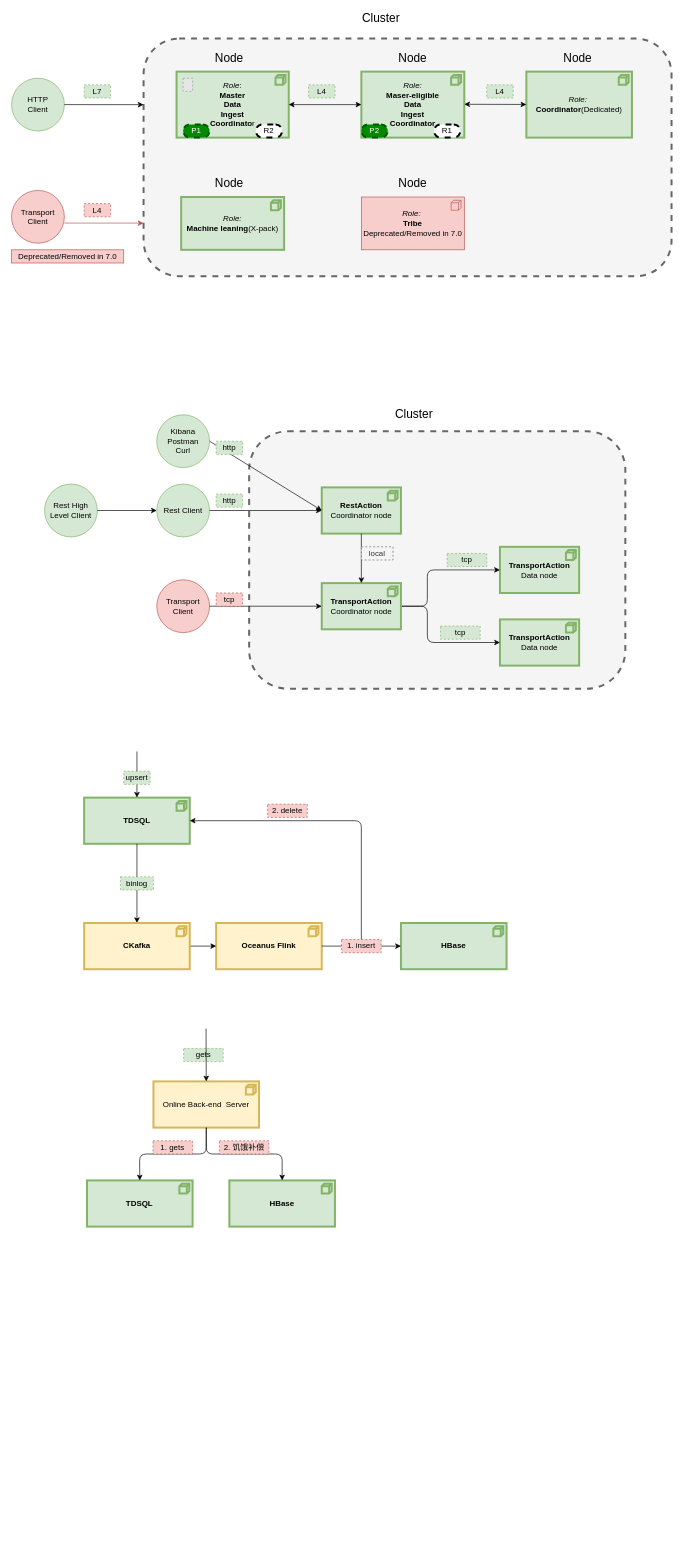
weizheng1990s/Diagram keeps this draw.io diagram as ES1.drawio. Above is the earlier version. Source tidied: cells renumbered, new cells numbered last; positions are measured from the earlier drawing's top-left corner, leaving out a move shared by most shapes. Both pictures are drawn from the tidied source at 66%, with x=0, y=0 at pixel (11, 12). Pictures stored in the file or linked from it are replaced by grey dashed boxes.
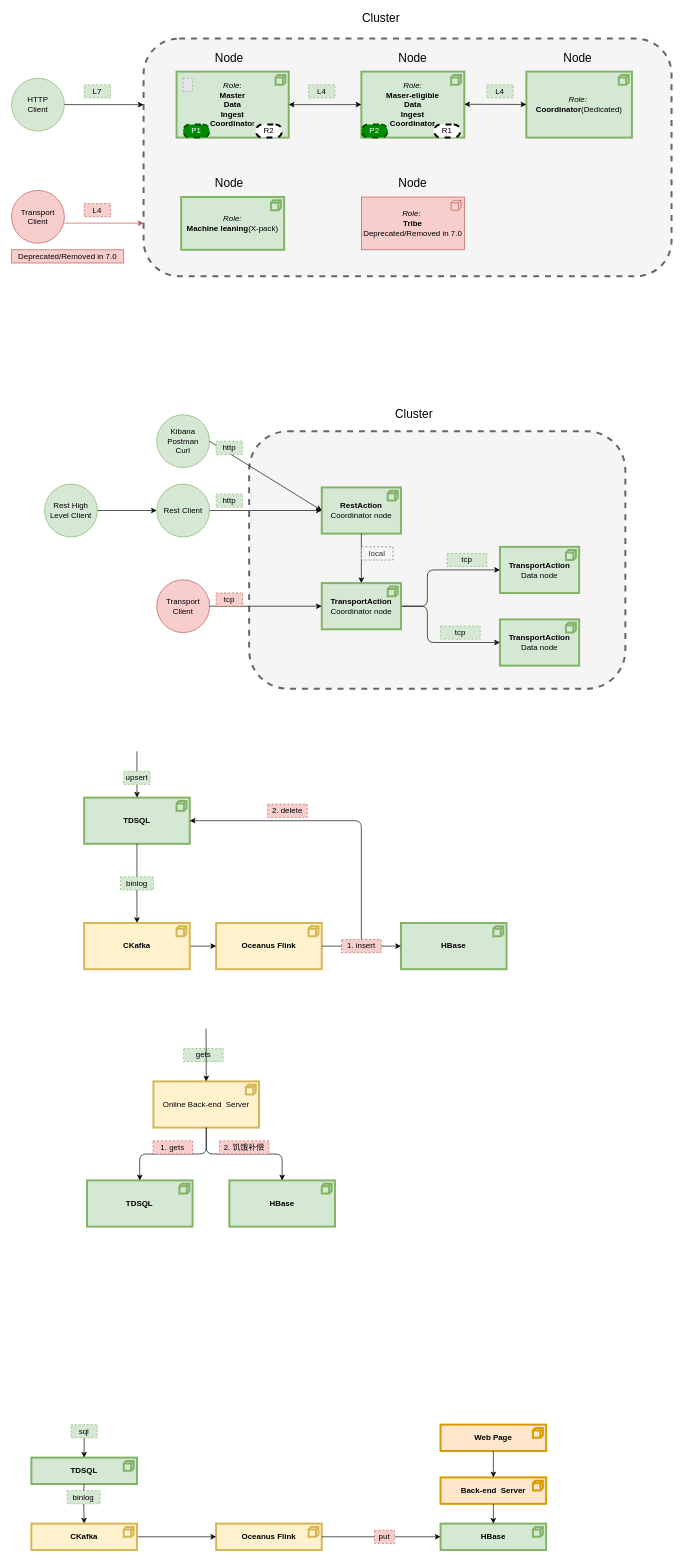
After the change.

What changed in the source:
```diff
@@
+    <mxCell id="79" value="&lt;b&gt;TDSQL&lt;/b&gt;" style="html=1;outlineConnect=0;whiteSpace=wrap;fillColor=#d5e8d4;shape=mxgraph.archimate3.application;appType=node;archiType=square;strokeColor=#82b366;strokeWidth=3;" parent="1" vertex="1">
+      <mxGeometry x="30" y="2190" width="160" height="40" as="geometry" />
+    </mxCell>
+    <mxCell id="80" style="endArrow=classic;html=1;entryX=0.5;entryY=0;entryDx=0;entryDy=0;entryPerimeter=0;startArrow=none;" parent="1" edge="1" source="89" target="79">
+      <mxGeometry relative="1" as="geometry" />
+    </mxCell>
+    <mxCell id="81" style="endArrow=classic;html=1;exitX=0.5;exitY=1;exitDx=0;exitDy=0;exitPerimeter=0;entryX=0.5;entryY=0;entryDx=0;entryDy=0;entryPerimeter=0;startArrow=none;" parent="1" edge="1" source="90" target="88">
+      <mxGeometry relative="1" as="geometry" />
+    </mxCell>
+    <mxCell id="82" value="&lt;b&gt;Oceanus Flink&lt;/b&gt;" style="html=1;outlineConnect=0;whiteSpace=wrap;fillColor=#fff2cc;shape=mxgraph.archimate3.application;appType=node;archiType=square;strokeColor=#d6b656;strokeWidth=3;" parent="1" vertex="1">
+      <mxGeometry x="310" y="2290" width="160" height="40" as="geometry" />
+    </mxCell>
+    <mxCell id="83" style="endArrow=classic;html=1;exitX=1;exitY=0.5;exitDx=0;exitDy=0;entryX=0;entryY=0.5;entryDx=0;entryDy=0;entryPerimeter=0;exitPerimeter=0;" parent="1" edge="1" source="88" target="82">
+      <mxGeometry relative="1" as="geometry" />
+    </mxCell>
+    <mxCell id="84" value="&lt;b&gt;HBase&lt;/b&gt;" style="html=1;outlineConnect=0;whiteSpace=wrap;fillColor=#d5e8d4;shape=mxgraph.archimate3.application;appType=node;archiType=square;strokeColor=#82b366;strokeWidth=3;" parent="1" vertex="1">
+      <mxGeometry x="650" y="2290" width="160" height="40" as="geometry" />
+    </mxCell>
+    <mxCell id="85" style="endArrow=classic;html=1;exitX=1;exitY=0.5;exitDx=0;exitDy=0;exitPerimeter=0;startArrow=none;" parent="1" edge="1" source="86" target="84">
+      <mxGeometry relative="1" as="geometry" />
+    </mxCell>
+    <mxCell id="86" value="put" style="text;html=1;strokeColor=#b85450;fillColor=#f8cecc;align=center;verticalAlign=middle;whiteSpace=wrap;rounded=0;dashed=1;" parent="1" vertex="1">
+      <mxGeometry x="550" y="2300" width="30" height="20" as="geometry" />
+    </mxCell>
+    <mxCell id="87" style="endArrow=none;html=1;exitX=1;exitY=0.5;exitDx=0;exitDy=0;exitPerimeter=0;" parent="1" edge="1" source="82" target="86">
+      <mxGeometry relative="1" as="geometry" />
+    </mxCell>
+    <mxCell id="88" value="&lt;b&gt;CKafka&lt;/b&gt;" style="html=1;outlineConnect=0;whiteSpace=wrap;fillColor=#fff2cc;shape=mxgraph.archimate3.application;appType=node;archiType=square;strokeColor=#d6b656;strokeWidth=3;" parent="1" vertex="1">
+      <mxGeometry x="30" y="2290" width="160" height="40" as="geometry" />
+    </mxCell>
+    <mxCell id="89" value="sql" style="text;html=1;strokeColor=#82b366;fillColor=#d5e8d4;align=center;verticalAlign=middle;whiteSpace=wrap;rounded=0;dashed=1;" parent="1" vertex="1">
+      <mxGeometry x="90" y="2140" width="40" height="20" as="geometry" />
+    </mxCell>
+    <mxCell id="90" value="binlog" style="text;html=1;strokeColor=#82b366;fillColor=#d5e8d4;align=center;verticalAlign=middle;whiteSpace=wrap;rounded=0;dashed=1;" parent="1" vertex="1">
+      <mxGeometry x="84.3" y="2240" width="50" height="20" as="geometry" />
+    </mxCell>
+    <mxCell id="91" style="endArrow=none;html=1;exitX=0.5;exitY=1;exitDx=0;exitDy=0;exitPerimeter=0;entryX=0.5;entryY=0;entryDx=0;entryDy=0;entryPerimeter=0;" parent="1" edge="1" source="79" target="90">
+      <mxGeometry relative="1" as="geometry" />
+    </mxCell>
+    <mxCell id="92" value="&lt;b&gt;Back-end &amp;nbsp;Server&lt;/b&gt;" style="html=1;outlineConnect=0;whiteSpace=wrap;fillColor=#ffe6cc;shape=mxgraph.archimate3.application;appType=node;archiType=square;strokeColor=#d79b00;strokeWidth=3;" parent="1" vertex="1">
+      <mxGeometry x="650" y="2220" width="160" height="40" as="geometry" />
+    </mxCell>
+    <mxCell id="93" value="&lt;b&gt;Web Page&lt;/b&gt;" style="html=1;outlineConnect=0;whiteSpace=wrap;fillColor=#ffe6cc;shape=mxgraph.archimate3.application;appType=node;archiType=square;strokeColor=#d79b00;strokeWidth=3;" parent="1" vertex="1">
+      <mxGeometry x="650" y="2140" width="160" height="40" as="geometry" />
+    </mxCell>
+    <mxCell id="94" style="endArrow=classic;html=1;entryX=0.5;entryY=0;entryDx=0;entryDy=0;entryPerimeter=0;exitX=0.5;exitY=1;exitDx=0;exitDy=0;exitPerimeter=0;" parent="1" edge="1" source="93" target="92">
+      <mxGeometry relative="1" as="geometry" />
+    </mxCell>
+    <mxCell id="95" style="endArrow=classic;html=1;entryX=0.5;entryY=0;entryDx=0;entryDy=0;entryPerimeter=0;exitX=0.5;exitY=1;exitDx=0;exitDy=0;exitPerimeter=0;" parent="1" edge="1" source="92" target="84">
+      <mxGeometry relative="1" as="geometry" />
+    </mxCell>
```
